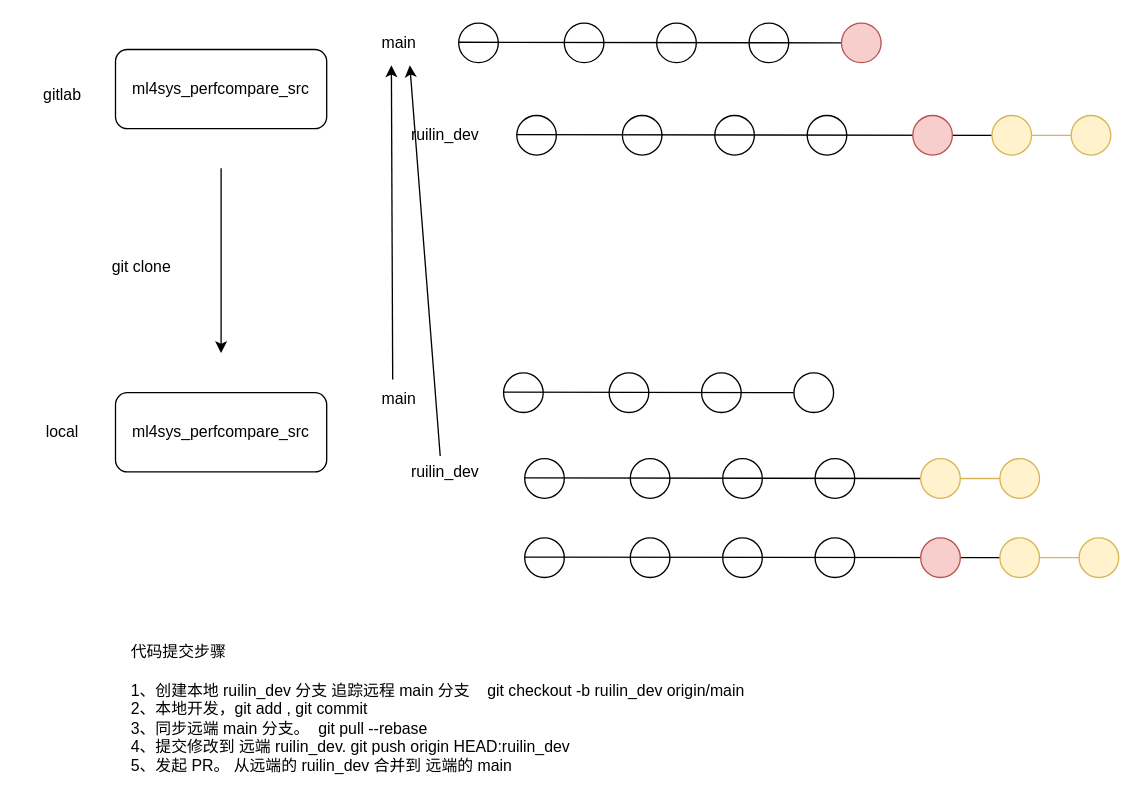
hubblezzhu/frr_learning keeps this draw.io diagram as git.drawio. Above is the earlier version. Source tidied: cells renumbered, new cells numbered last; positions are measured from the earlier drawing's top-left corner, leaving out a move shared by most shapes. Both pictures are drawn from the tidied source at 132%, with x=0, y=0 at pixel (22, 22).
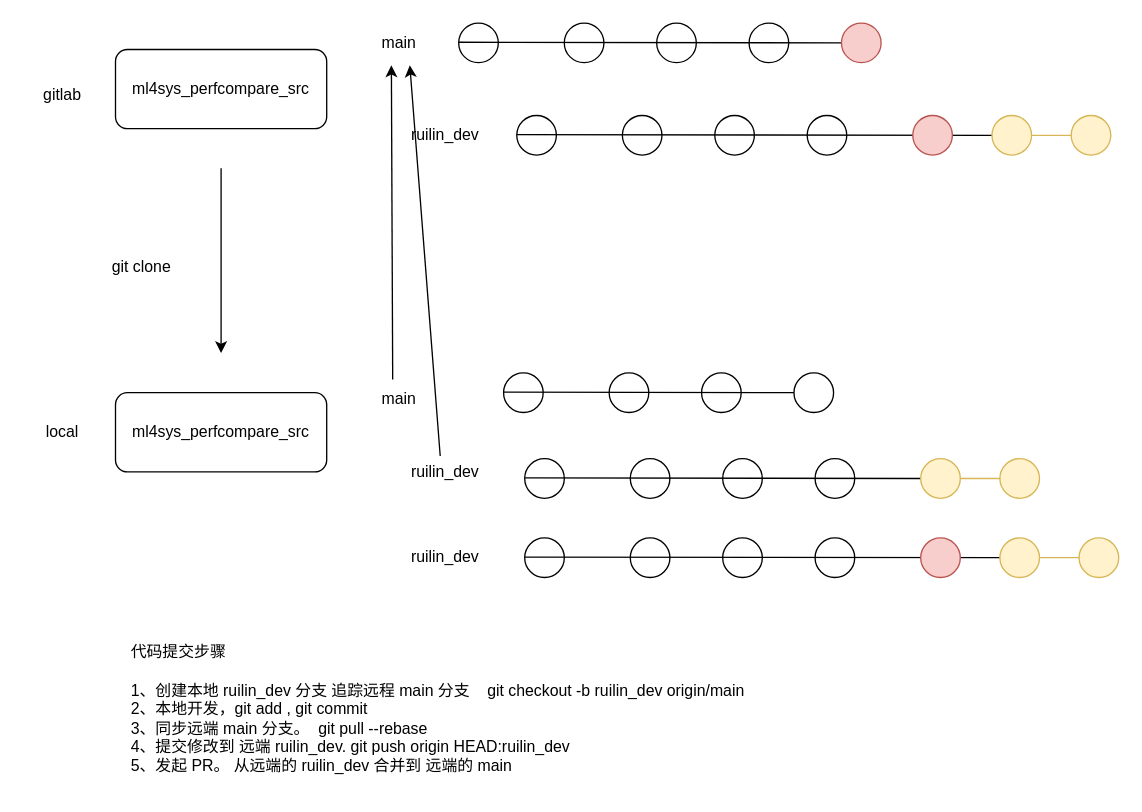
Above is the later version.

Change to the diagram source:
```diff
@@
+    <mxCell id="53" value="ruilin_dev" style="text;html=1;strokeColor=none;fillColor=none;align=center;verticalAlign=middle;whiteSpace=wrap;rounded=0;" parent="1" vertex="1">
+      <mxGeometry x="290" y="390" width="60" height="30" as="geometry" />
+    </mxCell>
```
